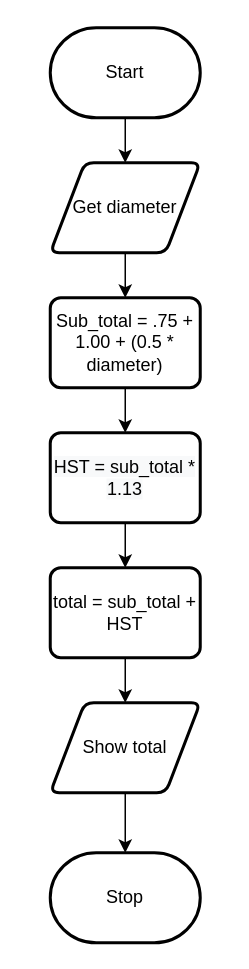
The draw.io diagram Flowchart.drawio in Peter-Gemmell/ICS3U-Unit3-01-Python, before the edit. Source tidied: cells renumbered, new cells numbered last; positions are measured from the earlier drawing's top-left corner, leaving out a move shared by most shapes. Both pictures are drawn from the tidied source at 150%, with x=0, y=0 at pixel (50, 27).
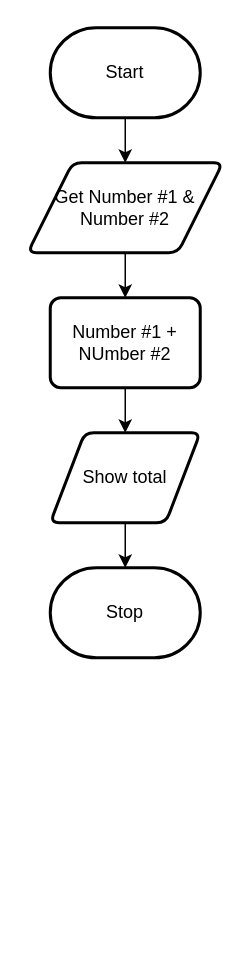
The same page after the edit.

The edit, as a diff of the source:
```diff
@@
 <mxGraphModel>
   <root>
     <mxCell id="0" />
     <mxCell id="1" parent="0" />
     <mxCell id="2" style="edgeStyle=none;html=1;" parent="1" edge="1" source="3" target="5">
       <mxGeometry relative="1" as="geometry" />
     </mxCell>
     <mxCell id="3" value="Start" style="strokeWidth=2;html=1;shape=mxgraph.flowchart.terminator;whiteSpace=wrap;" parent="1" vertex="1">
       <mxGeometry width="100" height="60" as="geometry" />
     </mxCell>
     <mxCell id="4" style="edgeStyle=none;html=1;" parent="1" edge="1" source="5" target="7">
       <mxGeometry relative="1" as="geometry" />
     </mxCell>
-    <mxCell id="5" value="Get diameter" style="shape=parallelogram;html=1;strokeWidth=2;perimeter=parallelogramPerimeter;whiteSpace=wrap;rounded=1;arcSize=12;size=0.23;" parent="1" vertex="1">
-      <mxGeometry y="90" width="100" height="60" as="geometry" />
+    <mxCell id="5" value="Get Number #1 &amp;amp; Number #2" style="shape=parallelogram;html=1;strokeWidth=2;perimeter=parallelogramPerimeter;whiteSpace=wrap;rounded=1;arcSize=12;size=0.23;" parent="1" vertex="1">
+      <mxGeometry x="-15" y="90" width="130" height="60" as="geometry" />
     </mxCell>
-    <mxCell id="6" style="edgeStyle=none;html=1;" parent="1" edge="1" source="7" target="9">
-      <mxGeometry relative="1" as="geometry" />
-    </mxCell>
+    <mxCell id="12" style="edgeStyle=none;html=1;" parent="1" edge="1" source="7" target="13">
+      <mxGeometry relative="1" as="geometry" />
+    </mxCell>
-    <mxCell id="7" value="&lt;span&gt;Sub_total = .75 + 1.00 + (0.5 * diameter)&lt;/span&gt;" style="rounded=1;whiteSpace=wrap;html=1;absoluteArcSize=1;arcSize=14;strokeWidth=2;" parent="1" vertex="1">
+    <mxCell id="7" value="Number #1 + NUmber #2" style="rounded=1;whiteSpace=wrap;html=1;absoluteArcSize=1;arcSize=14;strokeWidth=2;" parent="1" vertex="1">
       <mxGeometry y="180" width="100" height="60" as="geometry" />
     </mxCell>
-    <mxCell id="8" style="edgeStyle=none;html=1;" parent="1" edge="1" source="9" target="11">
-      <mxGeometry relative="1" as="geometry" />
-    </mxCell>
-    <mxCell id="9" value="&#10;&#10;&lt;span style=&quot;color: rgb(0, 0, 0); font-family: helvetica; font-size: 12px; font-style: normal; font-weight: 400; letter-spacing: normal; text-align: center; text-indent: 0px; text-transform: none; word-spacing: 0px; background-color: rgb(248, 249, 250); display: inline; float: none;&quot;&gt;HST = sub_total * 1.13&lt;/span&gt;&#10;&#10;" style="rounded=1;whiteSpace=wrap;html=1;absoluteArcSize=1;arcSize=14;strokeWidth=2;" parent="1" vertex="1">
-      <mxGeometry y="270" width="100" height="60" as="geometry" />
-    </mxCell>
-    <mxCell id="10" style="edgeStyle=none;html=1;" parent="1" edge="1" source="11" target="13">
-      <mxGeometry relative="1" as="geometry" />
-    </mxCell>
-    <mxCell id="11" value="&lt;span&gt;total = sub_total + HST&lt;/span&gt;" style="rounded=1;whiteSpace=wrap;html=1;absoluteArcSize=1;arcSize=14;strokeWidth=2;" parent="1" vertex="1">
-      <mxGeometry y="360" width="100" height="60" as="geometry" />
-    </mxCell>
-    <mxCell id="12" style="edgeStyle=none;html=1;" parent="1" edge="1" source="13" target="14">
-      <mxGeometry relative="1" as="geometry" />
-    </mxCell>
+    <mxCell id="15" style="edgeStyle=none;html=1;" parent="1" edge="1" source="13" target="14">
+      <mxGeometry relative="1" as="geometry" />
+    </mxCell>
     <mxCell id="13" value="Show total" style="shape=parallelogram;html=1;strokeWidth=2;perimeter=parallelogramPerimeter;whiteSpace=wrap;rounded=1;arcSize=12;size=0.23;" parent="1" vertex="1">
-      <mxGeometry y="450" width="100" height="60" as="geometry" />
+      <mxGeometry y="270" width="100" height="60" as="geometry" />
     </mxCell>
     <mxCell id="14" value="Stop" style="strokeWidth=2;html=1;shape=mxgraph.flowchart.terminator;whiteSpace=wrap;" parent="1" vertex="1">
-      <mxGeometry y="550" width="100" height="60" as="geometry" />
+      <mxGeometry y="360" width="100" height="60" as="geometry" />
     </mxCell>
   </root>
 </mxGraphModel>
```
